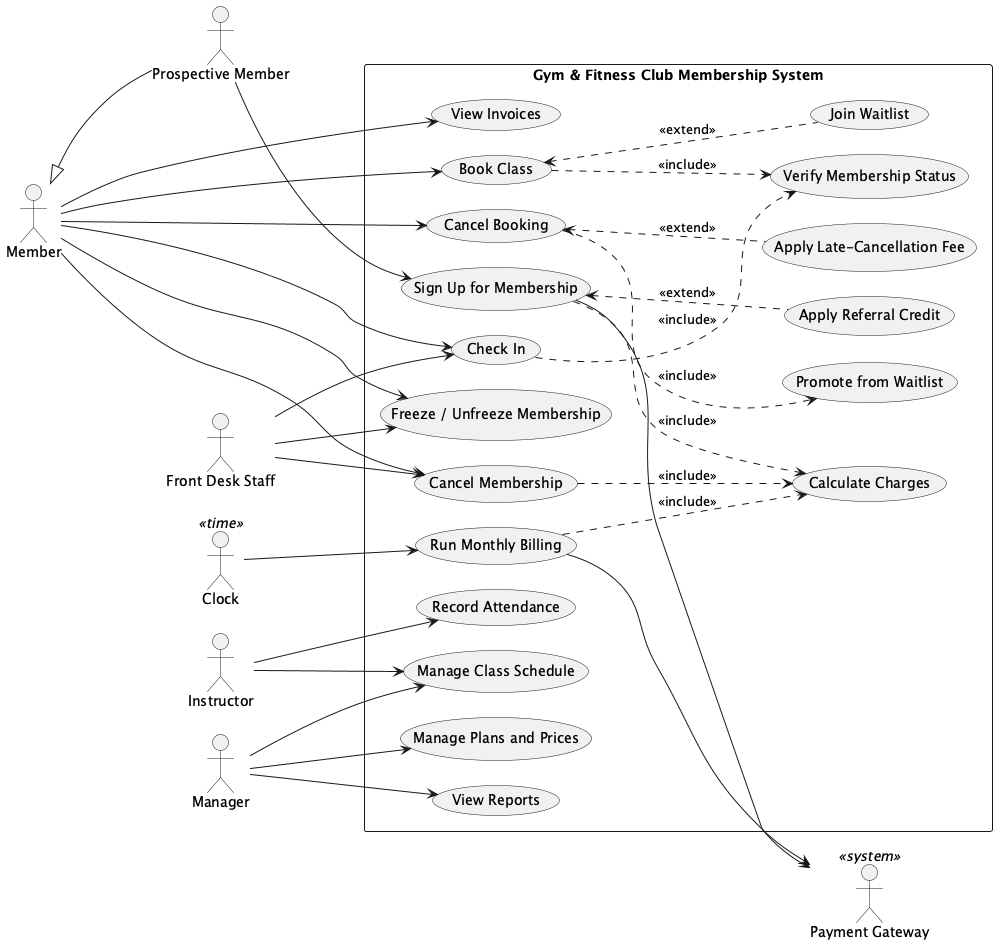
Above: report/requirements/use-case-diagram.png in CS6451-Advanced-Software-Design/Gym-Membership (PlantUML), before the change. Source of this version:
```plantuml
@startuml
left to right direction
skinparam shadowing false
skinparam packageStyle rectangle
skinparam nodesep 25
skinparam ranksep 90

actor "Prospective Member" as PM
actor "Member" as M
actor "Front Desk Staff" as FD
actor "Clock" as CL <<time>>
actor "Instructor" as I
actor "Manager" as MG

rectangle "Gym & Fitness Club Membership System" {
  usecase "Sign Up for Membership" as UC1
  usecase "View Invoices" as UC11
  usecase "Book Class" as UC2
  usecase "Cancel Booking" as UC3
  usecase "Check In" as UC4
  usecase "Freeze / Unfreeze Membership" as UC5
  usecase "Cancel Membership" as UC6
  usecase "Run Monthly Billing" as UC7
  usecase "Record Attendance" as UC8
  usecase "Manage Class Schedule" as UC10
  usecase "Manage Plans and Prices" as UC9
  usecase "View Reports" as UC12
  usecase "Apply Referral Credit" as ARC
  usecase "Calculate Charges" as CC
  usecase "Join Waitlist" as JW
  usecase "Verify Membership Status" as VMS
  usecase "Apply Late-Cancellation Fee" as LCF
  usecase "Promote from Waitlist" as PW
}

actor "Payment Gateway" as PG <<system>>

PM -up-|> M

PM --> UC1
M --> UC11
M --> UC6
M --> UC5
M --> UC2
M --> UC4
M --> UC3
FD --> UC6
FD --> UC5
FD --> UC4

UC1 ..> CC : <<include>>
UC6 ..> CC : <<include>>
UC7 ..> CC : <<include>>
UC1 <.. ARC : <<extend>>
UC2 ..> VMS : <<include>>
UC4 ..> VMS : <<include>>
UC2 <.. JW : <<extend>>
UC3 ..> PW : <<include>>
UC3 <.. LCF : <<extend>>

UC1 --> PG
UC7 --> PG
CL --> UC7
I --> UC8
I --> UC10
MG --> UC10
MG --> UC9
MG --> UC12
@enduml
```
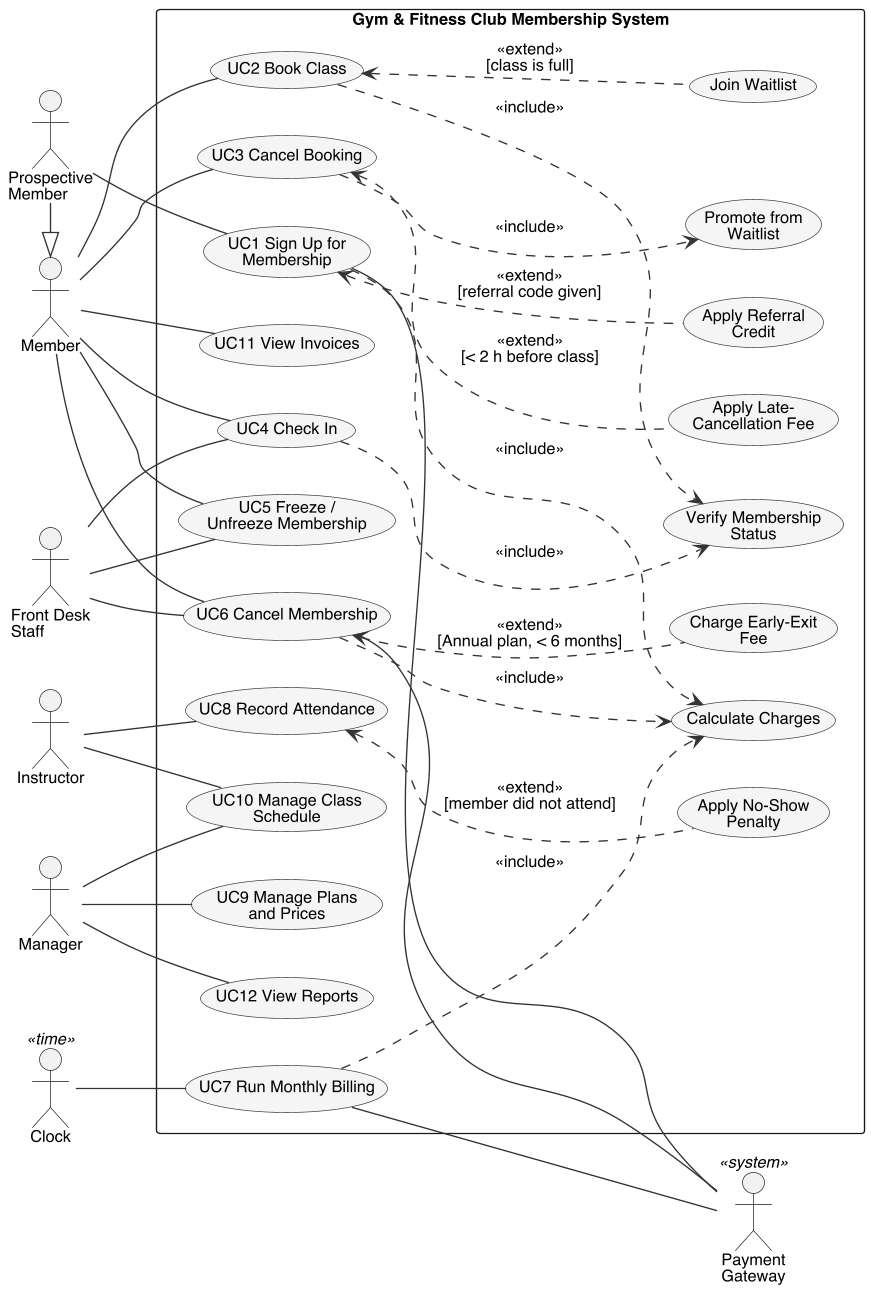
The same diagram one commit later.

Commit message:
docs: redraw the use case diagram with every actor, include and extend

Group the actors by role, number the use cases UC1-UC12, and add the
extends for the no-show penalty (BR-B4) and the early-exit fee (BR-M5).

Change to the diagram source:
```diff
@@ -1,69 +1,78 @@
 @startuml
+!include common.iuml
 left to right direction
-skinparam shadowing false
+skinparam usecase {
+  BackgroundColor #F5F5F5
+  BorderColor #333333
+}
+skinparam actorStyle default
 skinparam packageStyle rectangle
-skinparam nodesep 25
-skinparam ranksep 90
 
-actor "Prospective Member" as PM
-actor "Member" as M
-actor "Front Desk Staff" as FD
-actor "Clock" as CL <<time>>
-actor "Instructor" as I
-actor "Manager" as MG
+actor "Prospective\nMember" as PM
+actor Member as M
+actor "Front Desk\nStaff" as FD
+actor Instructor as I
+actor Manager as MG
+actor "Clock" <<time>> as C
+actor "Payment\nGateway" <<system>> as PG
+
+PM -|> M
 
 rectangle "Gym & Fitness Club Membership System" {
-  usecase "Sign Up for Membership" as UC1
-  usecase "View Invoices" as UC11
-  usecase "Book Class" as UC2
-  usecase "Cancel Booking" as UC3
-  usecase "Check In" as UC4
-  usecase "Freeze / Unfreeze Membership" as UC5
-  usecase "Cancel Membership" as UC6
-  usecase "Run Monthly Billing" as UC7
-  usecase "Record Attendance" as UC8
-  usecase "Manage Class Schedule" as UC10
-  usecase "Manage Plans and Prices" as UC9
-  usecase "View Reports" as UC12
-  usecase "Apply Referral Credit" as ARC
+  usecase "UC1 Sign Up for\nMembership" as UC1
+  usecase "UC2 Book Class" as UC2
+  usecase "UC3 Cancel Booking" as UC3
+  usecase "UC11 View Invoices" as UC11
+  usecase "UC4 Check In" as UC4
+  usecase "UC5 Freeze /\nUnfreeze Membership" as UC5
+  usecase "UC6 Cancel Membership" as UC6
+  usecase "UC8 Record Attendance" as UC8
+  usecase "UC10 Manage Class\nSchedule" as UC10
+  usecase "UC9 Manage Plans\nand Prices" as UC9
+  usecase "UC12 View Reports" as UC12
+  usecase "UC7 Run Monthly Billing" as UC7
+
+  usecase "Verify Membership\nStatus" as VMS
   usecase "Calculate Charges" as CC
+  usecase "Promote from\nWaitlist" as PW
   usecase "Join Waitlist" as JW
-  usecase "Verify Membership Status" as VMS
-  usecase "Apply Late-Cancellation Fee" as LCF
-  usecase "Promote from Waitlist" as PW
+  usecase "Apply Referral\nCredit" as ARC
+  usecase "Apply Late-\nCancellation Fee" as LCF
+  usecase "Apply No-Show\nPenalty" as NSP
+  usecase "Charge Early-Exit\nFee" as EEF
 }
 
-actor "Payment Gateway" as PG <<system>>
-
-PM -up-|> M
-
-PM --> UC1
-M --> UC11
-M --> UC6
-M --> UC5
-M --> UC2
-M --> UC4
-M --> UC3
-FD --> UC6
-FD --> UC5
-FD --> UC4
+PM -- UC1
+M -- UC2
+M -- UC3
+M -- UC4
+M -- UC5
+M -- UC6
+M -- UC11
+FD -- UC4
+FD -- UC5
+FD -- UC6
+C -- UC7
+I -- UC8
+I -- UC10
+MG -- UC9
+MG -- UC10
+MG -- UC12
 
 UC1 ..> CC : <<include>>
+UC2 ..> VMS : <<include>>
+UC4 ..> VMS : <<include>>
+UC3 ..> PW : <<include>>
 UC6 ..> CC : <<include>>
 UC7 ..> CC : <<include>>
-UC1 <.. ARC : <<extend>>
-UC2 ..> VMS : <<include>>
-UC4 ..> VMS : <<include>>
-UC2 <.. JW : <<extend>>
-UC3 ..> PW : <<include>>
-UC3 <.. LCF : <<extend>>
 
-UC1 --> PG
-UC7 --> PG
-CL --> UC7
-I --> UC8
-I --> UC10
-MG --> UC10
-MG --> UC9
-MG --> UC12
+UC2 <.. JW : <<extend>>\n[class is full]
+UC1 <.. ARC : <<extend>>\n[referral code given]
+UC3 <.. LCF : <<extend>>\n[< 2 h before class]
+UC8 <.. NSP : <<extend>>\n[member did not attend]
+UC6 <.. EEF : <<extend>>\n[Annual plan, < 6 months]
+
+UC1 -- PG
+UC7 -- PG
+UC6 -- PG
 @enduml
```
